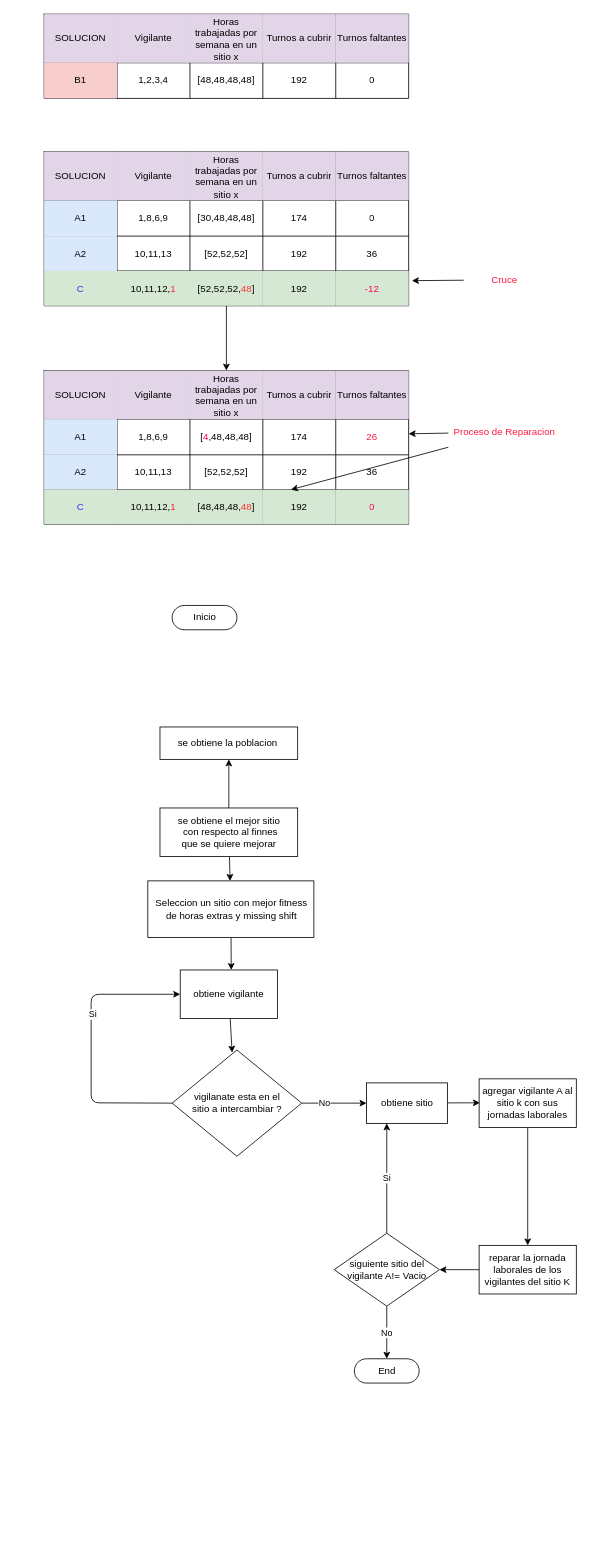
Before: app/Diagrams/crossing_vigilant_assigment.drawio in renejal/assignment-of-truns, a draw.io diagram. Source tidied: cells renumbered, new cells numbered last; positions are measured from the earlier drawing's top-left corner, leaving out a move shared by most shapes. Both pictures are drawn from the tidied source at 81%, with x=0, y=0 at pixel (44, 14).
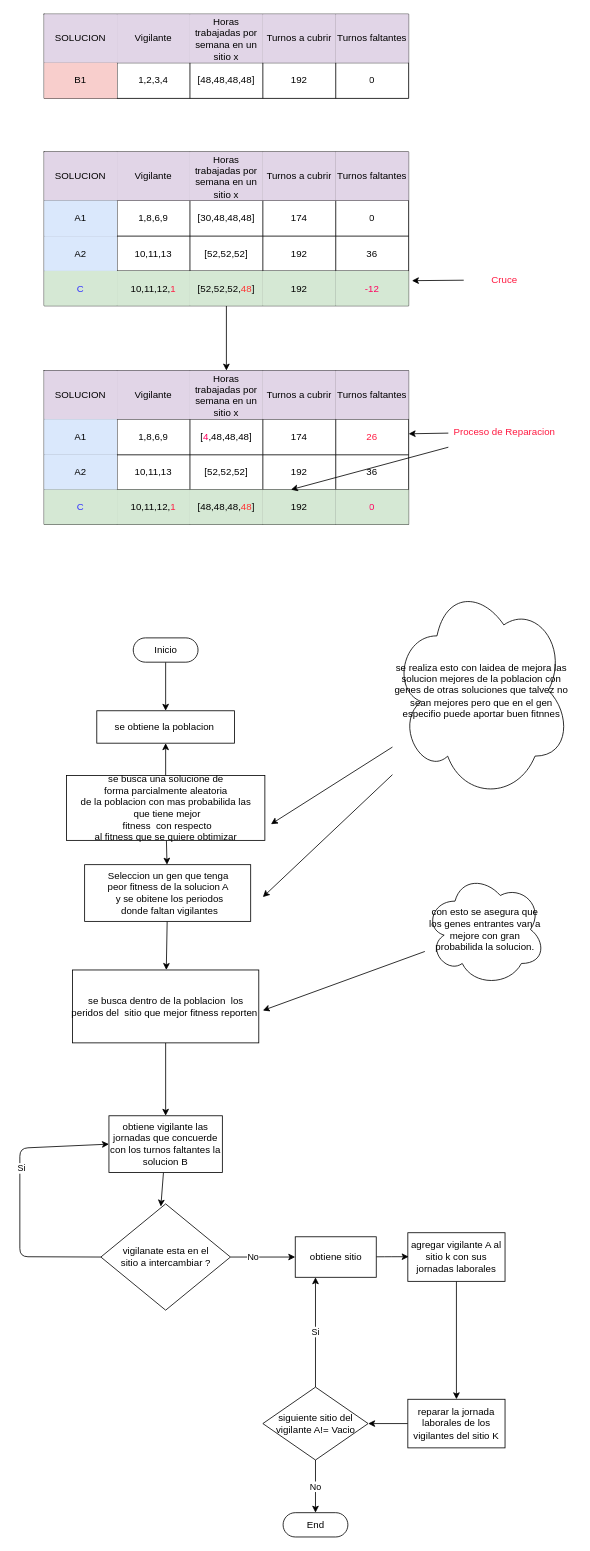
The same diagram, later.

Diff of the diagram source:
```diff
@@
-    <mxCell id="71" style="edgeStyle=none;html=1;" parent="1" edge="1" source="73" target="75">
-      <mxGeometry relative="1" as="geometry" />
-    </mxCell>
-    <mxCell id="72" style="edgeStyle=none;html=1;" parent="1" edge="1" source="73" target="94">
-      <mxGeometry relative="1" as="geometry" />
-    </mxCell>
-    <mxCell id="73" value="se obtiene el mejor sitio&lt;br&gt;&amp;nbsp;con respecto al finnes &lt;br&gt;que se quiere mejorar" style="html=1;dashed=0;whitespace=wrap;" parent="1" vertex="1">
-      <mxGeometry x="143" y="980" width="170" height="60" as="geometry" />
-    </mxCell>
-    <mxCell id="74" style="edgeStyle=none;html=1;" parent="1" edge="1" source="75" target="78">
-      <mxGeometry relative="1" as="geometry">
-        <Array as="points">
-          <mxPoint x="231" y="1180" />
-        </Array>
-      </mxGeometry>
-    </mxCell>
-    <mxCell id="75" value="Seleccion un sitio con mejor fitness &lt;br&gt;de horas extras y missing shift" style="html=1;dashed=0;whitespace=wrap;" parent="1" vertex="1">
-      <mxGeometry x="128" y="1070" width="205" height="70" as="geometry" />
-    </mxCell>
+    <mxCell id="95" style="edgeStyle=none;html=1;" parent="1" edge="1" source="97" target="99">
+      <mxGeometry relative="1" as="geometry" />
+    </mxCell>
+    <mxCell id="96" style="edgeStyle=none;html=1;" parent="1" edge="1" source="97" target="94">
+      <mxGeometry relative="1" as="geometry" />
+    </mxCell>
+    <mxCell id="97" value="se busca una solucione de &lt;br&gt;forma parcialmente aleatoria &lt;br&gt;de la poblacion con mas probabilida las&lt;br&gt;&amp;nbsp;que tiene mejor&lt;br&gt;&amp;nbsp;fitness&amp;nbsp; con respecto &lt;br&gt;al fitness que se quiere obtimizar" style="html=1;dashed=0;whitespace=wrap;" parent="1" vertex="1">
+      <mxGeometry x="27.5" y="940" width="245" height="80" as="geometry" />
+    </mxCell>
+    <mxCell id="98" style="edgeStyle=none;html=1;" parent="1" edge="1" source="99" target="109">
+      <mxGeometry relative="1" as="geometry" />
+    </mxCell>
+    <mxCell id="99" value="Seleccion un gen que tenga&lt;br&gt;peor fitness de la solucion A&lt;br&gt;&amp;nbsp;y se obitene los periodos&lt;br&gt;&amp;nbsp;donde faltan vigilantes" style="html=1;dashed=0;whitespace=wrap;" parent="1" vertex="1">
+      <mxGeometry x="50" y="1050" width="205" height="70" as="geometry" />
+    </mxCell>
+    <mxCell id="100" style="edgeStyle=none;html=1;entryX=0.5;entryY=0;entryDx=0;entryDy=0;" parent="1" edge="1" source="76" target="94">
+      <mxGeometry relative="1" as="geometry" />
+    </mxCell>
     <mxCell id="76" value="Inicio" style="html=1;dashed=0;whitespace=wrap;shape=mxgraph.dfd.start;" parent="1" vertex="1">
-      <mxGeometry x="158" y="730" width="80" height="30" as="geometry" />
+      <mxGeometry x="110" y="770" width="80" height="30" as="geometry" />
     </mxCell>
-    <mxCell id="77" style="edgeStyle=none;html=1;entryX=0.463;entryY=0.025;entryDx=0;entryDy=0;entryPerimeter=0;" parent="1" edge="1" source="78" target="83">
-      <mxGeometry relative="1" as="geometry" />
-    </mxCell>
-    <mxCell id="78" value="obtiene vigilante" style="whiteSpace=wrap;html=1;dashed=0;" parent="1" vertex="1">
-      <mxGeometry x="168" y="1180" width="120" height="60" as="geometry" />
-    </mxCell>
-    <mxCell id="79" style="edgeStyle=none;html=1;exitX=0;exitY=0.5;exitDx=0;exitDy=0;entryX=0;entryY=0.5;entryDx=0;entryDy=0;" parent="1" edge="1" source="83" target="78">
-      <mxGeometry relative="1" as="geometry">
-        <Array as="points">
-          <mxPoint x="58" y="1344" />
-          <mxPoint x="58" y="1210" />
-        </Array>
-      </mxGeometry>
-    </mxCell>
+    <mxCell id="101" style="edgeStyle=none;html=1;entryX=0.463;entryY=0.025;entryDx=0;entryDy=0;entryPerimeter=0;" parent="1" edge="1" source="102" target="83">
+      <mxGeometry relative="1" as="geometry" />
+    </mxCell>
+    <mxCell id="102" value="obtiene vigilante las jornadas que concuerde con los turnos faltantes la solucion B" style="whiteSpace=wrap;html=1;dashed=0;" parent="1" vertex="1">
+      <mxGeometry x="80" y="1360" width="140" height="70" as="geometry" />
+    </mxCell>
+    <mxCell id="103" style="edgeStyle=none;html=1;exitX=0;exitY=0.5;exitDx=0;exitDy=0;entryX=0;entryY=0.5;entryDx=0;entryDy=0;" parent="1" edge="1" source="83" target="102">
+      <mxGeometry relative="1" as="geometry">
+        <Array as="points">
+          <mxPoint x="-30" y="1534" />
+          <mxPoint x="-30" y="1400" />
+        </Array>
+      </mxGeometry>
+    </mxCell>
-    <mxCell id="80" value="Si" style="edgeLabel;html=1;align=center;verticalAlign=middle;" parent="79" vertex="1">
+    <mxCell id="80" value="Si" style="edgeLabel;html=1;align=center;verticalAlign=middle;" parent="103" vertex="1">
       <mxGeometry x="0.22" y="-1" relative="1" as="geometry" />
     </mxCell>
@@
     <mxCell id="83" value="vigilanate esta en el &lt;br&gt;sitio a intercambiar ?" style="shape=rhombus;html=1;dashed=0;whitespace=wrap;perimeter=rhombusPerimeter;" parent="1" vertex="1">
-      <mxGeometry x="158" y="1278.8" width="160" height="131.2" as="geometry" />
+      <mxGeometry x="70" y="1468.8" width="160" height="131.2" as="geometry" />
     </mxCell>
@@
     <mxCell id="85" value="agregar vigilante A al sitio k con sus jornadas laborales" style="whiteSpace=wrap;html=1;dashed=0;" parent="1" vertex="1">
-      <mxGeometry x="537" y="1314.4" width="120" height="60" as="geometry" />
+      <mxGeometry x="449" y="1504.4" width="120" height="60" as="geometry" />
     </mxCell>
@@
     <mxCell id="87" value="reparar la jornada laborales de los vigilantes del sitio K" style="whiteSpace=wrap;html=1;dashed=0;" parent="1" vertex="1">
-      <mxGeometry x="537" y="1520" width="120" height="60" as="geometry" />
+      <mxGeometry x="449" y="1710" width="120" height="60" as="geometry" />
     </mxCell>
-    <mxCell id="88" style="edgeStyle=none;html=1;" parent="1" edge="1" source="89">
-      <mxGeometry relative="1" as="geometry">
-        <mxPoint x="538" y="1344" as="targetPoint" />
-        <Array as="points">
-          <mxPoint x="518" y="1344" />
-        </Array>
-      </mxGeometry>
-    </mxCell>
+    <mxCell id="104" style="edgeStyle=none;html=1;" parent="1" edge="1" source="89">
+      <mxGeometry relative="1" as="geometry">
+        <mxPoint x="450" y="1534" as="targetPoint" />
+        <Array as="points">
+          <mxPoint x="430" y="1534" />
+        </Array>
+      </mxGeometry>
+    </mxCell>
     <mxCell id="89" value="obtiene sitio" style="html=1;dashed=0;whitespace=wrap;" parent="1" vertex="1">
-      <mxGeometry x="398" y="1319.4" width="100" height="50" as="geometry" />
+      <mxGeometry x="310" y="1509.4" width="100" height="50" as="geometry" />
     </mxCell>
@@
     <mxCell id="92" value="siguiente sitio del &lt;br&gt;vigilante A!= Vacio" style="shape=rhombus;html=1;dashed=0;whitespace=wrap;perimeter=rhombusPerimeter;" parent="1" vertex="1">
-      <mxGeometry x="358" y="1505" width="130" height="90" as="geometry" />
+      <mxGeometry x="270" y="1695" width="130" height="90" as="geometry" />
     </mxCell>
     <mxCell id="93" value="End" style="html=1;dashed=0;whitespace=wrap;shape=mxgraph.dfd.start;" parent="1" vertex="1">
-      <mxGeometry x="383" y="1660" width="80" height="30" as="geometry" />
+      <mxGeometry x="295" y="1850" width="80" height="30" as="geometry" />
     </mxCell>
     <mxCell id="94" value="se obtiene la poblacion&amp;nbsp;" style="html=1;dashed=0;whitespace=wrap;" parent="1" vertex="1">
-      <mxGeometry x="143" y="880" width="170" height="40" as="geometry" />
+      <mxGeometry x="65" y="860" width="170" height="40" as="geometry" />
     </mxCell>
+    <mxCell id="105" style="edgeStyle=none;html=1;" parent="1" edge="1" source="107">
+      <mxGeometry relative="1" as="geometry">
+        <mxPoint x="280" y="1000" as="targetPoint" />
+      </mxGeometry>
+    </mxCell>
+    <mxCell id="106" style="edgeStyle=none;html=1;" parent="1" edge="1" source="107">
+      <mxGeometry relative="1" as="geometry">
+        <mxPoint x="270" y="1090" as="targetPoint" />
+      </mxGeometry>
+    </mxCell>
+    <mxCell id="107" value="se realiza esto con laidea de mejora las solucion mejores de la poblacion con genes de otras soluciones que talvez no sean mejores pero que en el gen especifio puede aportar buen fitnnes" style="shape=cloud;whiteSpace=wrap;html=1;" parent="1" vertex="1">
+      <mxGeometry x="430" y="700" width="220" height="270" as="geometry" />
+    </mxCell>
+    <mxCell id="108" style="edgeStyle=none;html=1;" parent="1" edge="1" source="109" target="102">
+      <mxGeometry relative="1" as="geometry" />
+    </mxCell>
+    <mxCell id="109" value="se busca dentro de la poblacion&amp;nbsp; los &lt;br&gt;peridos del&amp;nbsp; sitio que mejor fitness reporten&amp;nbsp;" style="html=1;dashed=0;whitespace=wrap;" parent="1" vertex="1">
+      <mxGeometry x="35" y="1180" width="230" height="90" as="geometry" />
+    </mxCell>
+    <mxCell id="110" style="edgeStyle=none;html=1;" parent="1" edge="1" source="111">
+      <mxGeometry relative="1" as="geometry">
+        <mxPoint x="270" y="1230" as="targetPoint" />
+      </mxGeometry>
+    </mxCell>
+    <mxCell id="111" value="con esto se asegura que los genes entrantes van a mejore con gran probabilida la solucion." style="shape=cloud;whiteSpace=wrap;html=1;" parent="1" vertex="1">
+      <mxGeometry x="470" y="1060" width="149" height="140" as="geometry" />
+    </mxCell>
```
